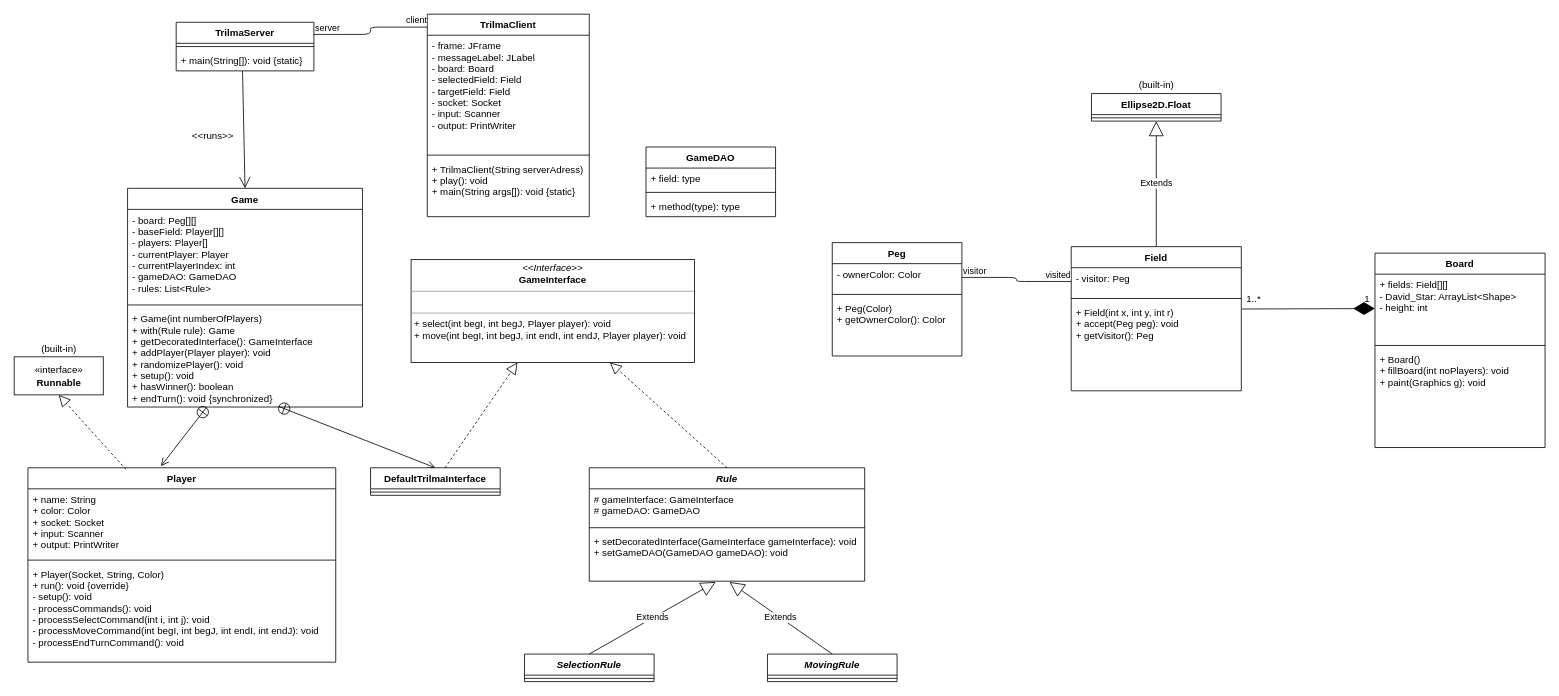
Above: class_diagram.drawio in Chelkos/TP_L4-chinese-checkers (draw.io), before the change. Source tidied: cells renumbered, new cells numbered last; positions are measured from the earlier drawing's top-left corner, leaving out a move shared by most shapes. Both pictures are drawn from the tidied source at 81%, with x=0, y=0 at pixel (14, 14).
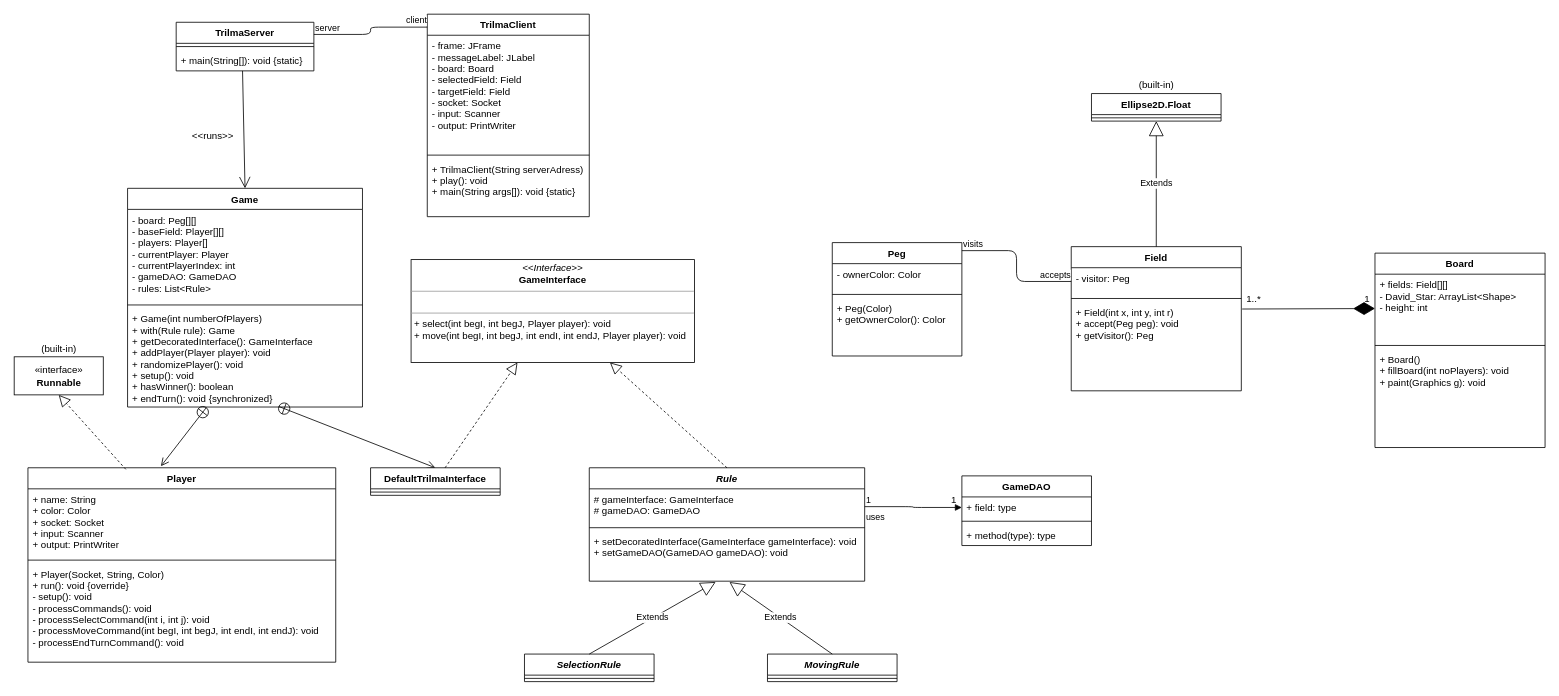
After the change.

Unchanged cells that the change refers to:
```xml
<mxCell id="16" value="Peg" style="swimlane;fontStyle=1;align=center;verticalAlign=top;horizontal=1;startSize=26;" parent="1" vertex="1">
  <mxGeometry x="1010" y="282" width="160" height="140" as="geometry" />
</mxCell>
<mxCell id="17" value="- ownerColor: Color" style="text;strokeColor=none;fillColor=none;align=left;verticalAlign=top;spacingLeft=4;spacingRight=4;overflow=hidden;points=[[0,0.5],[1,0.5]];portConstraint=eastwest;" parent="16" vertex="1">
  <mxGeometry y="26" width="160" height="34" as="geometry" />
</mxCell>
<mxCell id="21" value="- visitor: Peg" style="text;strokeColor=none;fillColor=none;align=left;verticalAlign=top;spacingLeft=4;spacingRight=4;overflow=hidden;points=[[0,0.5],[1,0.5]];portConstraint=eastwest;" parent="20" vertex="1">
  <mxGeometry y="26" width="210" height="34" as="geometry" />
</mxCell>
<mxCell id="49" value="+ field: type" style="text;strokeColor=none;fillColor=none;align=left;verticalAlign=top;spacingLeft=4;spacingRight=4;overflow=hidden;points=[[0,0.5],[1,0.5]];portConstraint=eastwest;" parent="48" vertex="1">
  <mxGeometry y="26" width="160" height="26" as="geometry" />
</mxCell>
<mxCell id="58" value="# gameInterface: GameInterface&#10;# gameDAO: GameDAO" style="text;strokeColor=none;fillColor=none;align=left;verticalAlign=top;spacingLeft=4;spacingRight=4;overflow=hidden;points=[[0,0.5],[1,0.5]];portConstraint=eastwest;" parent="57" vertex="1">
  <mxGeometry y="26" width="340" height="44" as="geometry" />
</mxCell>
```

The edit, as a diff of the source:
```diff
@@
-    <mxCell id="32" style="endArrow=none;html=1;edgeStyle=orthogonalEdgeStyle;exitX=1;exitY=0.5;exitDx=0;exitDy=0;entryX=0;entryY=0.5;entryDx=0;entryDy=0;" parent="1" edge="1" source="17" target="21">
+    <mxCell id="32" style="endArrow=none;html=1;edgeStyle=orthogonalEdgeStyle;exitX=1;exitY=0.071;exitDx=0;exitDy=0;entryX=0;entryY=0.5;entryDx=0;entryDy=0;exitPerimeter=0;" parent="1" edge="1" source="16" target="21">
       <mxGeometry relative="1" as="geometry" />
     </mxCell>
-    <mxCell id="33" value="visitor" style="edgeLabel;html=1;align=left;verticalAlign=bottom;" parent="32" vertex="1">
+    <mxCell id="33" value="visits" style="edgeLabel;html=1;align=left;verticalAlign=bottom;" parent="32" vertex="1">
       <mxGeometry x="-1" relative="1" as="geometry" />
     </mxCell>
-    <mxCell id="34" value="visited" style="edgeLabel;html=1;align=right;verticalAlign=bottom;" parent="32" vertex="1">
+    <mxCell id="34" value="accepts" style="edgeLabel;html=1;align=right;verticalAlign=bottom;" parent="32" vertex="1">
       <mxGeometry x="1" relative="1" as="geometry" />
     </mxCell>
@@
     <mxCell id="48" value="GameDAO" style="swimlane;fontStyle=1;align=center;verticalAlign=top;horizontal=1;startSize=26;" parent="1" vertex="1">
-      <mxGeometry x="780" y="164" width="160" height="86" as="geometry" />
+      <mxGeometry x="1170" y="570" width="160" height="86" as="geometry" />
     </mxCell>
@@
+    <mxCell id="68" value="uses" style="endArrow=block;endFill=1;html=1;edgeStyle=orthogonalEdgeStyle;align=left;verticalAlign=top;exitX=1;exitY=0.5;exitDx=0;exitDy=0;entryX=0;entryY=0.5;entryDx=0;entryDy=0;" parent="1" edge="1" source="58" target="49">
+      <mxGeometry x="-1" relative="1" as="geometry" />
+    </mxCell>
+    <mxCell id="69" value="1" style="edgeLabel;html=1;align=left;verticalAlign=bottom;" parent="68" vertex="1">
+      <mxGeometry x="-1" relative="1" as="geometry" />
+    </mxCell>
+    <mxCell id="70" value="1" style="text;html=1;align=center;verticalAlign=middle;" parent="1" vertex="1">
+      <mxGeometry x="1150" y="590" width="20" height="20" as="geometry" />
+    </mxCell>
```
